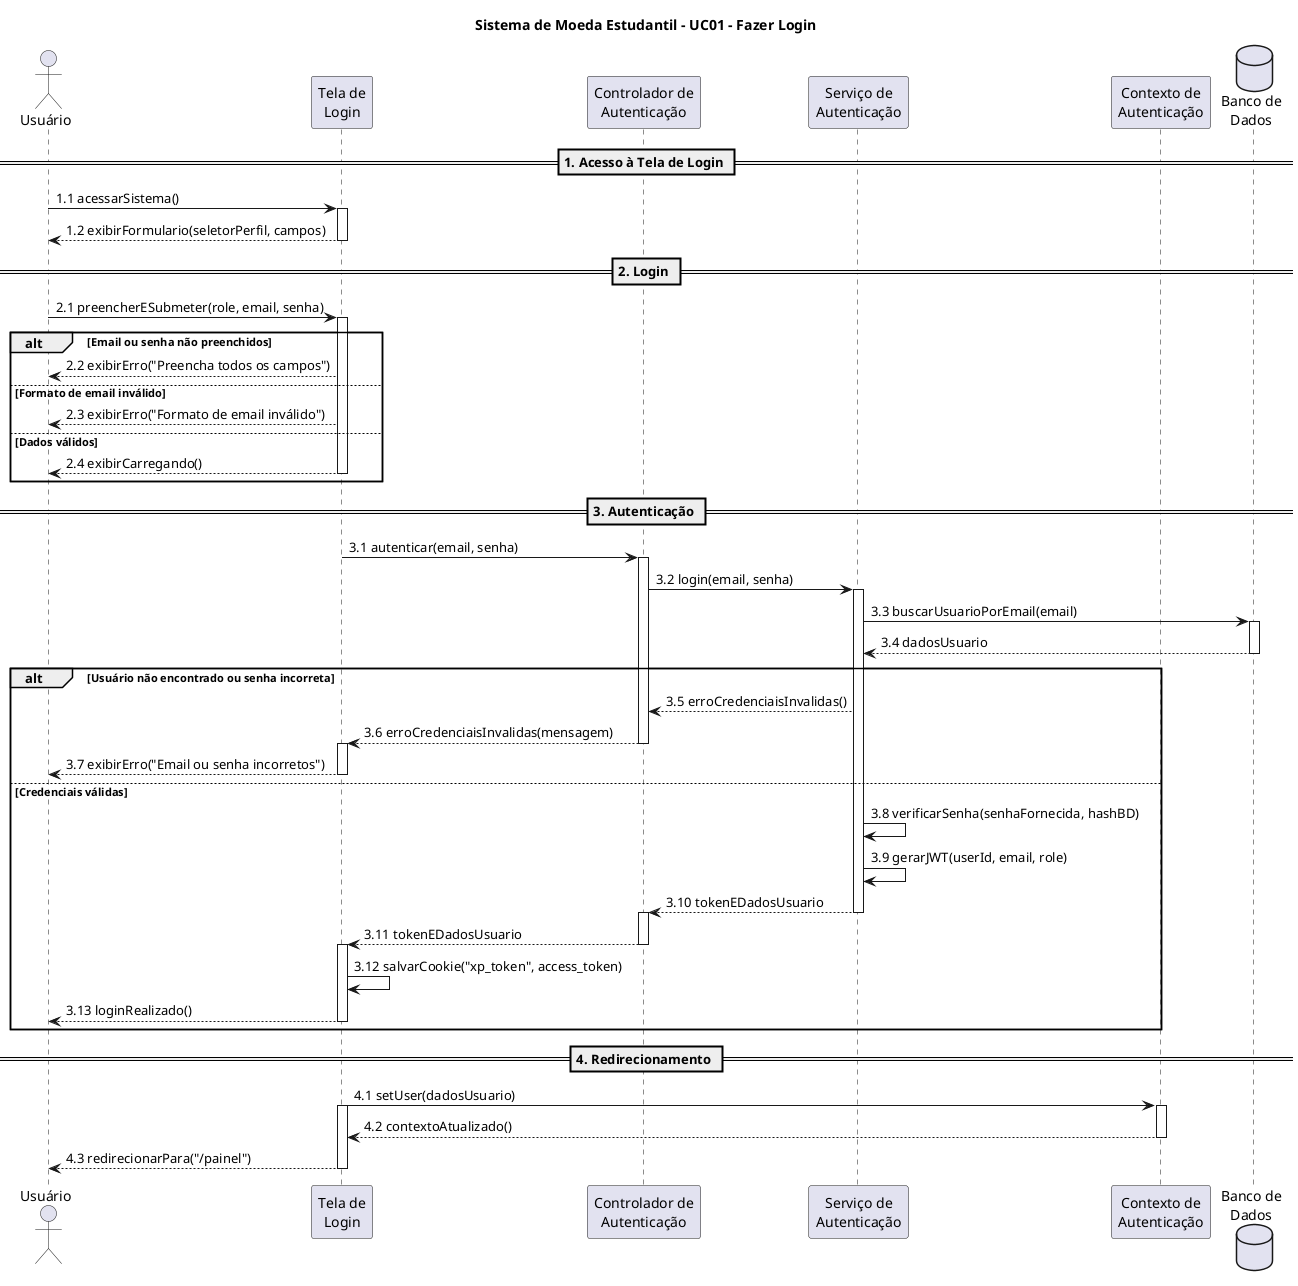
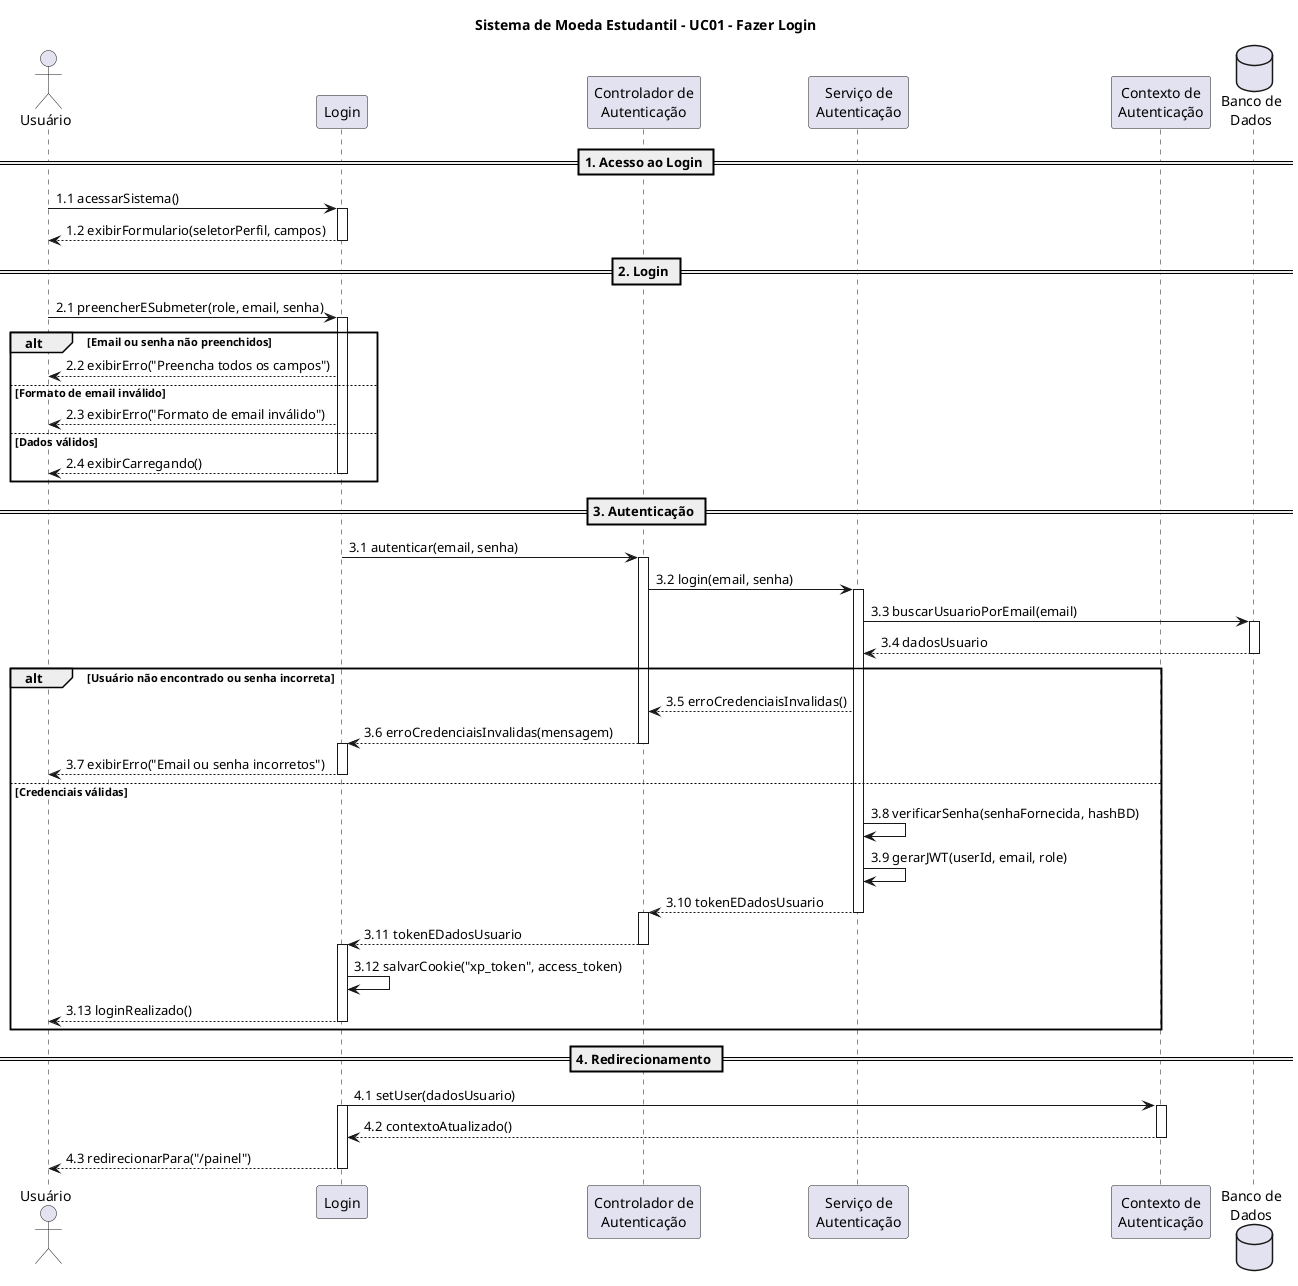
@startuml UC01-FazerLogin
title Sistema de Moeda Estudantil - UC01 - Fazer Login

actor "Usuário" as U
- participant "Tela de\nLogin" as TL
+ participant "Login" as TL
participant "Controlador de\nAutenticação" as CC
participant "Serviço de\nAutenticação" as SA
participant "Contexto de\nAutenticação" as AC
database "Banco de\nDados" as BD

- == 1. Acesso à Tela de Login ==
+ == 1. Acesso ao Login ==

U -> TL: 1.1 acessarSistema()
activate TL
TL --> U: 1.2 exibirFormulario(seletorPerfil, campos)
deactivate TL

== 2. Login ==

U -> TL: 2.1 preencherESubmeter(role, email, senha)
activate TL

alt Email ou senha não preenchidos
    TL --> U: 2.2 exibirErro("Preencha todos os campos")

else Formato de email inválido
    TL --> U: 2.3 exibirErro("Formato de email inválido")

else Dados válidos
    TL --> U: 2.4 exibirCarregando()
    deactivate TL
end

== 3. Autenticação ==

TL -> CC: 3.1 autenticar(email, senha)
activate CC
CC -> SA: 3.2 login(email, senha)
activate SA
SA -> BD: 3.3 buscarUsuarioPorEmail(email)
activate BD
BD --> SA: 3.4 dadosUsuario
deactivate BD

alt Usuário não encontrado ou senha incorreta
    SA --> CC: 3.5 erroCredenciaisInvalidas()
    CC --> TL: 3.6 erroCredenciaisInvalidas(mensagem)
    deactivate CC
    activate TL
    TL --> U: 3.7 exibirErro("Email ou senha incorretos")
    deactivate TL

else Credenciais válidas
    SA -> SA: 3.8 verificarSenha(senhaFornecida, hashBD)
    SA -> SA: 3.9 gerarJWT(userId, email, role)
    SA --> CC: 3.10 tokenEDadosUsuario
    deactivate SA
    activate CC
    CC --> TL: 3.11 tokenEDadosUsuario
    deactivate CC
    activate TL
    TL -> TL: 3.12 salvarCookie("xp_token", access_token)
    TL --> U: 3.13 loginRealizado()
    deactivate TL
end

deactivate SA

== 4. Redirecionamento ==

TL -> AC: 4.1 setUser(dadosUsuario)
activate TL
activate AC
AC --> TL: 4.2 contextoAtualizado()
deactivate AC
TL --> U: 4.3 redirecionarPara("/painel")
deactivate TL

@enduml